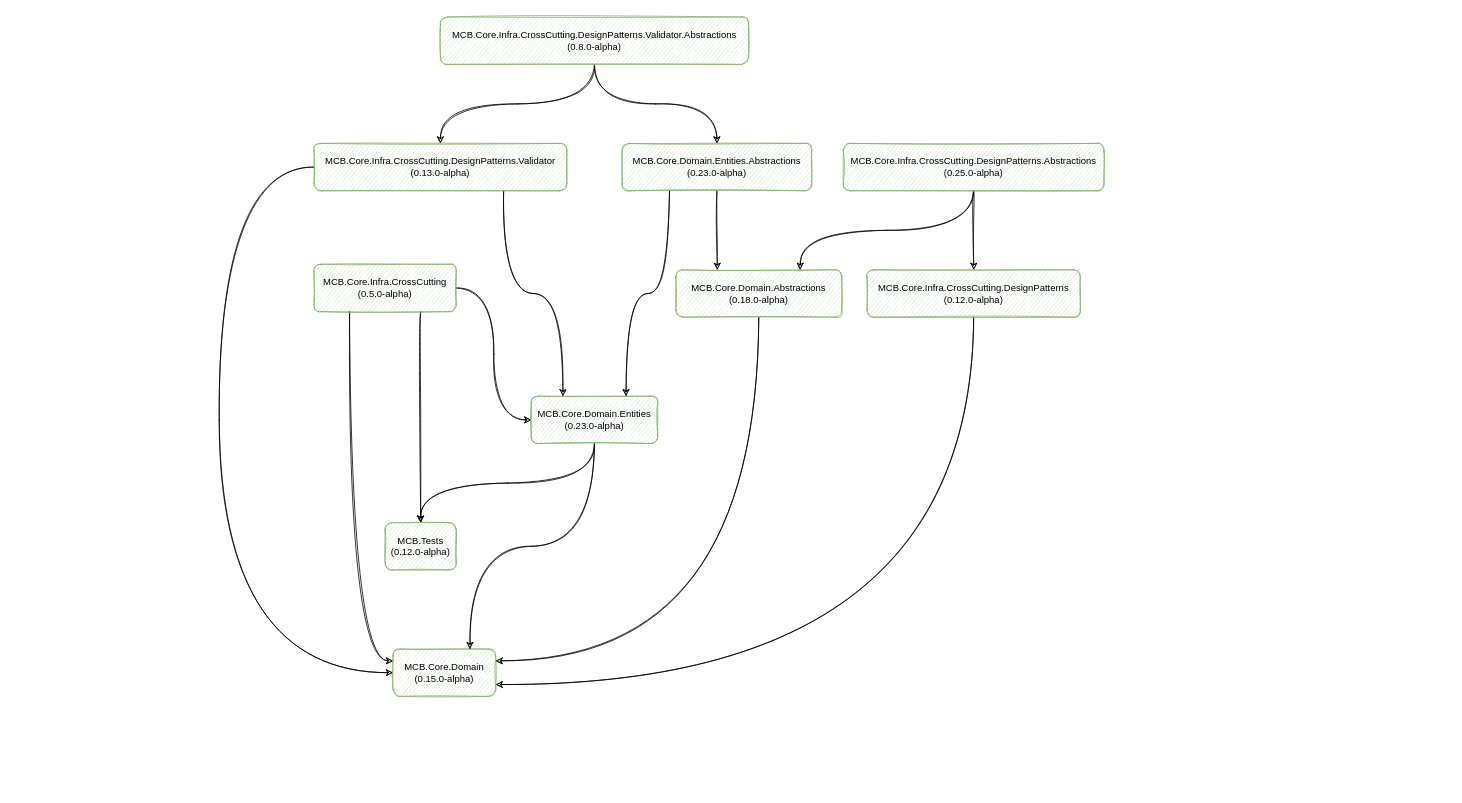
MarceloCas/Docs keeps this draw.io diagram as Core/diagrams/core-overview.drawio. Above is the earlier version. Source tidied: cells renumbered, new cells numbered last; positions are measured from the earlier drawing's top-left corner, leaving out a move shared by most shapes. Both pictures are drawn from the tidied source at 79%, with x=0, y=0 at pixel (219, 17).
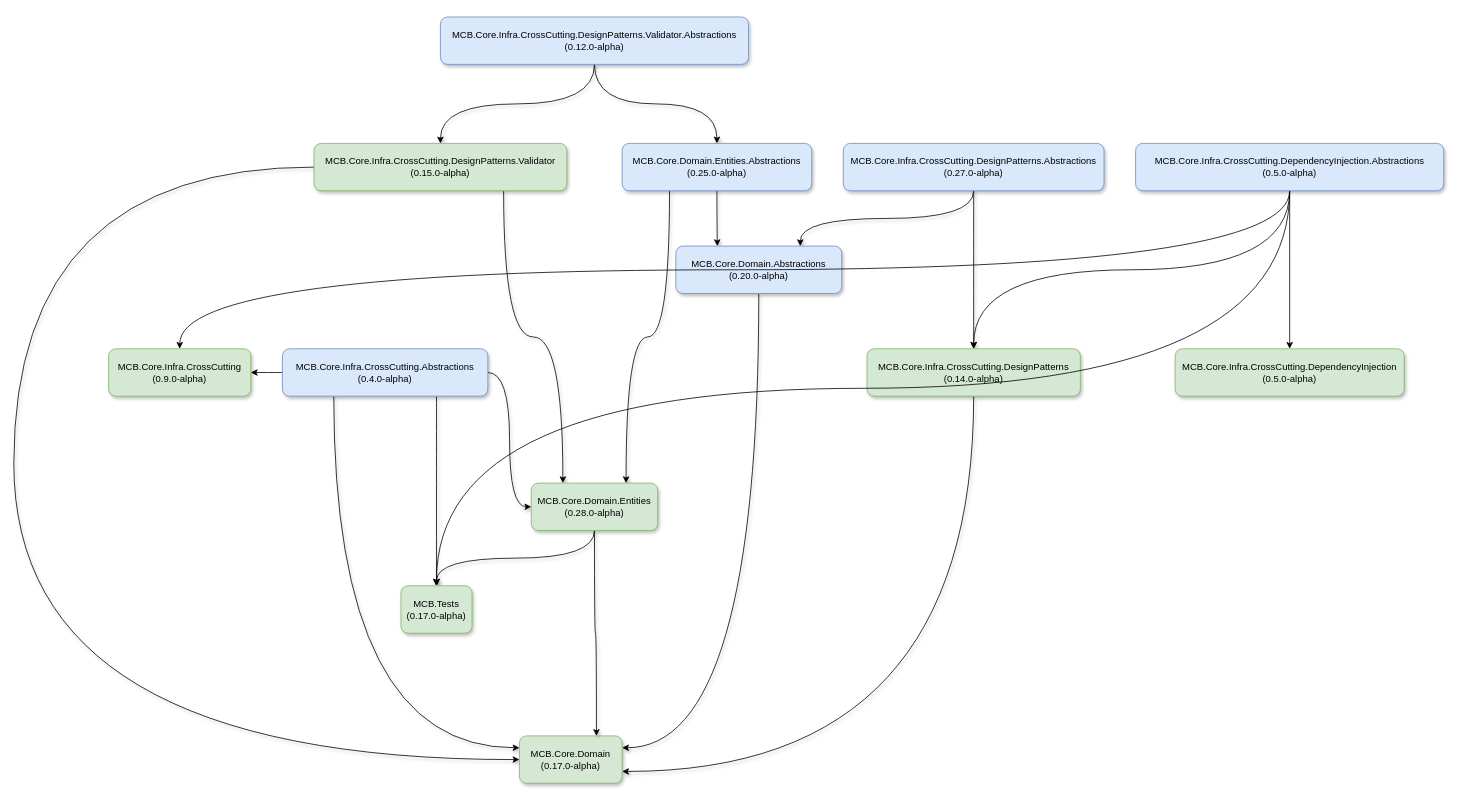
After the change.

Change to the diagram source:
```diff
@@
-    <mxCell id="2" style="edgeStyle=orthogonalEdgeStyle;rounded=1;jettySize=auto;html=1;exitX=0.75;exitY=1;exitDx=0;exitDy=0;sketch=1;curved=1;" parent="1" edge="1" source="5" target="26">
+    <mxCell id="2" style="edgeStyle=orthogonalEdgeStyle;rounded=1;jettySize=auto;html=1;exitX=0.75;exitY=1;exitDx=0;exitDy=0;shadow=1;curved=1;" parent="1" edge="1" source="5" target="26">
       <mxGeometry relative="1" as="geometry" />
     </mxCell>
-    <mxCell id="3" style="edgeStyle=orthogonalEdgeStyle;rounded=1;jettySize=auto;html=1;exitX=0.25;exitY=1;exitDx=0;exitDy=0;entryX=0;entryY=0.25;entryDx=0;entryDy=0;sketch=1;curved=1;" parent="1" edge="1" source="5" target="22">
+    <mxCell id="3" style="edgeStyle=orthogonalEdgeStyle;rounded=1;jettySize=auto;html=1;exitX=0.25;exitY=1;exitDx=0;exitDy=0;entryX=0;entryY=0.25;entryDx=0;entryDy=0;shadow=1;curved=1;" parent="1" edge="1" source="5" target="22">
       <mxGeometry relative="1" as="geometry" />
     </mxCell>
-    <mxCell id="4" style="edgeStyle=orthogonalEdgeStyle;rounded=1;jettySize=auto;html=1;exitX=1;exitY=0.5;exitDx=0;exitDy=0;entryX=0;entryY=0.5;entryDx=0;entryDy=0;sketch=1;curved=1;" parent="1" edge="1" source="5" target="25">
+    <mxCell id="4" style="edgeStyle=orthogonalEdgeStyle;rounded=1;jettySize=auto;html=1;exitX=1;exitY=0.5;exitDx=0;exitDy=0;entryX=0;entryY=0.5;entryDx=0;entryDy=0;shadow=1;curved=1;" parent="1" edge="1" source="5" target="25">
       <mxGeometry relative="1" as="geometry" />
     </mxCell>
+    <mxCell id="27" style="edgeStyle=orthogonalEdgeStyle;rounded=0;jettySize=auto;html=1;curved=1;" parent="1" edge="1" source="5" target="34">
+      <mxGeometry relative="1" as="geometry" />
+    </mxCell>
-    <mxCell id="5" value="MCB.Core.Infra.CrossCutting&lt;br&gt;(0.5.0-alpha)" style="rounded=1;whiteSpace=wrap;html=1;sketch=1;fillColor=#d5e8d4;strokeColor=#82b366;" parent="1" vertex="1">
-      <mxGeometry x="120" y="313" width="180" height="60" as="geometry" />
+    <mxCell id="5" value="MCB.Core.Infra.CrossCutting.Abstractions&lt;br&gt;(0.4.0-alpha)" style="rounded=1;whiteSpace=wrap;html=1;shadow=1;fillColor=#dae8fc;strokeColor=#6c8ebf;" parent="1" vertex="1">
+      <mxGeometry x="80" y="420" width="260" height="60" as="geometry" />
     </mxCell>
-    <mxCell id="6" style="edgeStyle=orthogonalEdgeStyle;rounded=1;jettySize=auto;html=1;sketch=1;curved=1;" parent="1" edge="1" source="8" target="10">
+    <mxCell id="6" style="edgeStyle=orthogonalEdgeStyle;rounded=1;jettySize=auto;html=1;shadow=1;curved=1;" parent="1" edge="1" source="8" target="10">
       <mxGeometry relative="1" as="geometry" />
     </mxCell>
-    <mxCell id="7" style="edgeStyle=orthogonalEdgeStyle;rounded=1;jettySize=auto;html=1;exitX=0.5;exitY=1;exitDx=0;exitDy=0;entryX=0.75;entryY=0;entryDx=0;entryDy=0;sketch=1;curved=1;" parent="1" edge="1" source="8" target="21">
+    <mxCell id="7" style="edgeStyle=orthogonalEdgeStyle;rounded=1;jettySize=auto;html=1;exitX=0.5;exitY=1;exitDx=0;exitDy=0;entryX=0.75;entryY=0;entryDx=0;entryDy=0;shadow=1;curved=1;" parent="1" edge="1" source="8" target="21">
       <mxGeometry relative="1" as="geometry" />
     </mxCell>
-    <mxCell id="8" value="MCB.Core.Infra.CrossCutting.DesignPatterns.Abstractions&lt;br&gt;(0.25.0-alpha)" style="rounded=1;whiteSpace=wrap;html=1;sketch=1;fillColor=#d5e8d4;strokeColor=#82b366;" parent="1" vertex="1">
+    <mxCell id="8" value="MCB.Core.Infra.CrossCutting.DesignPatterns.Abstractions&lt;br&gt;(0.27.0-alpha)" style="rounded=1;whiteSpace=wrap;html=1;shadow=1;fillColor=#dae8fc;strokeColor=#6c8ebf;" parent="1" vertex="1">
       <mxGeometry x="790" y="160" width="330" height="60" as="geometry" />
     </mxCell>
-    <mxCell id="9" style="edgeStyle=orthogonalEdgeStyle;rounded=1;jettySize=auto;html=1;exitX=0.5;exitY=1;exitDx=0;exitDy=0;entryX=1;entryY=0.75;entryDx=0;entryDy=0;sketch=1;curved=1;" parent="1" edge="1" source="10" target="22">
+    <mxCell id="9" style="edgeStyle=orthogonalEdgeStyle;rounded=1;jettySize=auto;html=1;exitX=0.5;exitY=1;exitDx=0;exitDy=0;entryX=1;entryY=0.75;entryDx=0;entryDy=0;shadow=1;curved=1;" parent="1" edge="1" source="10" target="22">
       <mxGeometry relative="1" as="geometry" />
     </mxCell>
-    <mxCell id="10" value="MCB.Core.Infra.CrossCutting.DesignPatterns&lt;br&gt;(0.12.0-alpha)" style="rounded=1;whiteSpace=wrap;html=1;sketch=1;fillColor=#d5e8d4;strokeColor=#82b366;" parent="1" vertex="1">
-      <mxGeometry x="820" y="320" width="270" height="60" as="geometry" />
+    <mxCell id="10" value="MCB.Core.Infra.CrossCutting.DesignPatterns&lt;br&gt;(0.14.0-alpha)" style="rounded=1;whiteSpace=wrap;html=1;shadow=1;fillColor=#d5e8d4;strokeColor=#82b366;" parent="1" vertex="1">
+      <mxGeometry x="820" y="420" width="270" height="60" as="geometry" />
     </mxCell>
-    <mxCell id="11" style="edgeStyle=orthogonalEdgeStyle;rounded=1;jettySize=auto;html=1;exitX=0.5;exitY=1;exitDx=0;exitDy=0;sketch=1;curved=1;" parent="1" edge="1" source="13" target="16">
+    <mxCell id="11" style="edgeStyle=orthogonalEdgeStyle;rounded=1;jettySize=auto;html=1;exitX=0.5;exitY=1;exitDx=0;exitDy=0;shadow=1;curved=1;" parent="1" edge="1" source="13" target="16">
       <mxGeometry relative="1" as="geometry" />
     </mxCell>
-    <mxCell id="12" style="edgeStyle=orthogonalEdgeStyle;rounded=1;jettySize=auto;html=1;exitX=0.5;exitY=1;exitDx=0;exitDy=0;sketch=1;curved=1;" parent="1" edge="1" source="13" target="19">
+    <mxCell id="12" style="edgeStyle=orthogonalEdgeStyle;rounded=1;jettySize=auto;html=1;exitX=0.5;exitY=1;exitDx=0;exitDy=0;shadow=1;curved=1;" parent="1" edge="1" source="13" target="19">
       <mxGeometry relative="1" as="geometry" />
     </mxCell>
-    <mxCell id="13" value="MCB.Core.Infra.CrossCutting.DesignPatterns.Validator.Abstractions&lt;br&gt;(0.8.0-alpha)" style="rounded=1;whiteSpace=wrap;html=1;sketch=1;fillColor=#d5e8d4;strokeColor=#82b366;" parent="1" vertex="1">
+    <mxCell id="13" value="MCB.Core.Infra.CrossCutting.DesignPatterns.Validator.Abstractions&lt;br&gt;(0.12.0-alpha)" style="rounded=1;whiteSpace=wrap;html=1;shadow=1;fillColor=#dae8fc;strokeColor=#6c8ebf;" parent="1" vertex="1">
       <mxGeometry x="280" width="390" height="60" as="geometry" />
     </mxCell>
-    <mxCell id="14" style="edgeStyle=orthogonalEdgeStyle;rounded=1;jettySize=auto;html=1;exitX=0.75;exitY=1;exitDx=0;exitDy=0;entryX=0.25;entryY=0;entryDx=0;entryDy=0;sketch=1;curved=1;" parent="1" edge="1" source="16" target="25">
+    <mxCell id="14" style="edgeStyle=orthogonalEdgeStyle;rounded=1;jettySize=auto;html=1;exitX=0.75;exitY=1;exitDx=0;exitDy=0;entryX=0.25;entryY=0;entryDx=0;entryDy=0;shadow=1;curved=1;" parent="1" edge="1" source="16" target="25">
       <mxGeometry relative="1" as="geometry" />
     </mxCell>
-    <mxCell id="15" style="edgeStyle=orthogonalEdgeStyle;rounded=1;jettySize=auto;html=1;exitX=0;exitY=0.5;exitDx=0;exitDy=0;entryX=0;entryY=0.5;entryDx=0;entryDy=0;sketch=1;curved=1;" parent="1" edge="1" source="16" target="22">
+    <mxCell id="15" style="edgeStyle=orthogonalEdgeStyle;rounded=1;jettySize=auto;html=1;exitX=0;exitY=0.5;exitDx=0;exitDy=0;entryX=0;entryY=0.5;entryDx=0;entryDy=0;shadow=1;curved=1;" parent="1" edge="1" source="16" target="22">
       <mxGeometry relative="1" as="geometry">
         <Array as="points">
-          <mxPoint y="190" />
-          <mxPoint y="830" />
+          <mxPoint x="-260" y="190" />
+          <mxPoint x="-260" y="940" />
         </Array>
       </mxGeometry>
     </mxCell>
-    <mxCell id="16" value="MCB.Core.Infra.CrossCutting.DesignPatterns.Validator&lt;br&gt;(0.13.0-alpha)" style="rounded=1;whiteSpace=wrap;html=1;sketch=1;fillColor=#d5e8d4;strokeColor=#82b366;" parent="1" vertex="1">
+    <mxCell id="16" value="MCB.Core.Infra.CrossCutting.DesignPatterns.Validator&lt;br&gt;(0.15.0-alpha)" style="rounded=1;whiteSpace=wrap;html=1;shadow=1;fillColor=#d5e8d4;strokeColor=#82b366;" parent="1" vertex="1">
       <mxGeometry x="120" y="160" width="320" height="60" as="geometry" />
     </mxCell>
-    <mxCell id="17" style="edgeStyle=orthogonalEdgeStyle;rounded=1;jettySize=auto;html=1;exitX=0.5;exitY=1;exitDx=0;exitDy=0;entryX=0.25;entryY=0;entryDx=0;entryDy=0;sketch=1;curved=1;" parent="1" edge="1" source="19" target="21">
+    <mxCell id="17" style="edgeStyle=orthogonalEdgeStyle;rounded=1;jettySize=auto;html=1;exitX=0.5;exitY=1;exitDx=0;exitDy=0;entryX=0.25;entryY=0;entryDx=0;entryDy=0;shadow=1;curved=1;" parent="1" edge="1" source="19" target="21">
       <mxGeometry relative="1" as="geometry" />
     </mxCell>
-    <mxCell id="18" style="edgeStyle=orthogonalEdgeStyle;rounded=1;jettySize=auto;html=1;exitX=0.25;exitY=1;exitDx=0;exitDy=0;entryX=0.75;entryY=0;entryDx=0;entryDy=0;sketch=1;curved=1;" parent="1" edge="1" source="19" target="25">
+    <mxCell id="18" style="edgeStyle=orthogonalEdgeStyle;rounded=1;jettySize=auto;html=1;exitX=0.25;exitY=1;exitDx=0;exitDy=0;entryX=0.75;entryY=0;entryDx=0;entryDy=0;shadow=1;curved=1;" parent="1" edge="1" source="19" target="25">
       <mxGeometry relative="1" as="geometry" />
     </mxCell>
-    <mxCell id="19" value="MCB.Core.Domain.Entities.Abstractions&lt;br&gt;(0.23.0-alpha)" style="rounded=1;whiteSpace=wrap;html=1;sketch=1;fillColor=#d5e8d4;strokeColor=#82b366;" parent="1" vertex="1">
+    <mxCell id="19" value="MCB.Core.Domain.Entities.Abstractions&lt;br&gt;(0.25.0-alpha)" style="rounded=1;whiteSpace=wrap;html=1;shadow=1;fillColor=#dae8fc;strokeColor=#6c8ebf;" parent="1" vertex="1">
       <mxGeometry x="510" y="160" width="240" height="60" as="geometry" />
     </mxCell>
-    <mxCell id="20" style="edgeStyle=orthogonalEdgeStyle;rounded=1;jettySize=auto;html=1;exitX=0.5;exitY=1;exitDx=0;exitDy=0;entryX=1;entryY=0.25;entryDx=0;entryDy=0;sketch=1;curved=1;" parent="1" edge="1" source="21" target="22">
+    <mxCell id="20" style="edgeStyle=orthogonalEdgeStyle;rounded=1;jettySize=auto;html=1;exitX=0.5;exitY=1;exitDx=0;exitDy=0;entryX=1;entryY=0.25;entryDx=0;entryDy=0;shadow=1;curved=1;" parent="1" edge="1" source="21" target="22">
       <mxGeometry relative="1" as="geometry" />
     </mxCell>
-    <mxCell id="21" value="MCB.Core.Domain.Abstractions&lt;br&gt;(0.18.0-alpha)" style="rounded=1;whiteSpace=wrap;html=1;sketch=1;fillColor=#d5e8d4;strokeColor=#82b366;" parent="1" vertex="1">
-      <mxGeometry x="578" y="320" width="210" height="60" as="geometry" />
+    <mxCell id="21" value="MCB.Core.Domain.Abstractions&lt;br&gt;(0.20.0-alpha)" style="rounded=1;whiteSpace=wrap;html=1;shadow=1;fillColor=#dae8fc;strokeColor=#6c8ebf;" parent="1" vertex="1">
+      <mxGeometry x="578" y="290" width="210" height="60" as="geometry" />
     </mxCell>
-    <mxCell id="22" value="MCB.Core.Domain&lt;br&gt;(0.15.0-alpha)" style="rounded=1;whiteSpace=wrap;html=1;sketch=1;fillColor=#d5e8d4;strokeColor=#82b366;" parent="1" vertex="1">
-      <mxGeometry x="220" y="800" width="130" height="60" as="geometry" />
+    <mxCell id="22" value="MCB.Core.Domain&lt;br&gt;(0.17.0-alpha)" style="rounded=1;whiteSpace=wrap;html=1;shadow=1;fillColor=#d5e8d4;strokeColor=#82b366;" parent="1" vertex="1">
+      <mxGeometry x="380" y="910" width="130" height="60" as="geometry" />
     </mxCell>
-    <mxCell id="23" style="edgeStyle=orthogonalEdgeStyle;rounded=1;jettySize=auto;html=1;exitX=0.5;exitY=1;exitDx=0;exitDy=0;entryX=0.75;entryY=0;entryDx=0;entryDy=0;sketch=1;curved=1;" parent="1" edge="1" source="25" target="22">
+    <mxCell id="23" style="edgeStyle=orthogonalEdgeStyle;rounded=1;jettySize=auto;html=1;exitX=0.5;exitY=1;exitDx=0;exitDy=0;entryX=0.75;entryY=0;entryDx=0;entryDy=0;shadow=1;curved=1;" parent="1" edge="1" source="25" target="22">
       <mxGeometry relative="1" as="geometry" />
     </mxCell>
-    <mxCell id="24" style="edgeStyle=orthogonalEdgeStyle;rounded=0;jettySize=auto;html=1;sketch=1;curved=1;entryX=0.5;entryY=1;entryDx=0;entryDy=0;exitX=0.5;exitY=0;exitDx=0;exitDy=0;startArrow=classic;startFill=1;endArrow=none;endFill=0;" parent="1" edge="1" source="26" target="25">
+    <mxCell id="24" style="edgeStyle=orthogonalEdgeStyle;rounded=0;jettySize=auto;html=1;entryX=0.5;entryY=1;entryDx=0;entryDy=0;exitX=0.5;exitY=0;exitDx=0;exitDy=0;startArrow=classic;startFill=1;endArrow=none;endFill=0;shadow=1;curved=1;" parent="1" edge="1" source="26" target="25">
       <mxGeometry relative="1" as="geometry" />
     </mxCell>
-    <mxCell id="25" value="MCB.Core.Domain.Entities&lt;br&gt;(0.23.0-alpha)" style="rounded=1;whiteSpace=wrap;html=1;sketch=1;fillColor=#d5e8d4;strokeColor=#82b366;" parent="1" vertex="1">
-      <mxGeometry x="395" y="480" width="160" height="60" as="geometry" />
+    <mxCell id="25" value="MCB.Core.Domain.Entities&lt;br&gt;(0.28.0-alpha)" style="rounded=1;whiteSpace=wrap;html=1;shadow=1;fillColor=#d5e8d4;strokeColor=#82b366;" parent="1" vertex="1">
+      <mxGeometry x="395" y="590" width="160" height="60" as="geometry" />
     </mxCell>
-    <mxCell id="26" value="MCB.Tests&lt;br&gt;(0.12.0-alpha)" style="rounded=1;whiteSpace=wrap;html=1;sketch=1;fillColor=#d5e8d4;strokeColor=#82b366;" parent="1" vertex="1">
-      <mxGeometry x="210" y="640" width="90" height="60" as="geometry" />
+    <mxCell id="26" value="MCB.Tests&lt;br&gt;(0.17.0-alpha)" style="rounded=1;whiteSpace=wrap;html=1;shadow=1;fillColor=#d5e8d4;strokeColor=#82b366;" parent="1" vertex="1">
+      <mxGeometry x="230" y="720" width="90" height="60" as="geometry" />
     </mxCell>
+    <mxCell id="28" style="edgeStyle=orthogonalEdgeStyle;rounded=0;jettySize=auto;html=1;exitX=0.5;exitY=1;exitDx=0;exitDy=0;entryX=0.5;entryY=0;entryDx=0;entryDy=0;curved=1;" parent="1" edge="1" source="32" target="10">
+      <mxGeometry relative="1" as="geometry" />
+    </mxCell>
+    <mxCell id="29" style="edgeStyle=orthogonalEdgeStyle;rounded=0;jettySize=auto;html=1;exitX=0.5;exitY=1;exitDx=0;exitDy=0;entryX=0.5;entryY=0;entryDx=0;entryDy=0;curved=1;" parent="1" edge="1" source="32" target="33">
+      <mxGeometry relative="1" as="geometry" />
+    </mxCell>
+    <mxCell id="30" style="edgeStyle=orthogonalEdgeStyle;rounded=0;jettySize=auto;html=1;exitX=0.5;exitY=1;exitDx=0;exitDy=0;entryX=0.5;entryY=0;entryDx=0;entryDy=0;curved=1;" parent="1" edge="1" source="32" target="26">
+      <mxGeometry relative="1" as="geometry" />
+    </mxCell>
+    <mxCell id="31" style="edgeStyle=orthogonalEdgeStyle;curved=1;rounded=0;jettySize=auto;html=1;exitX=0.5;exitY=1;exitDx=0;exitDy=0;" parent="1" edge="1" source="32" target="34">
+      <mxGeometry relative="1" as="geometry" />
+    </mxCell>
+    <mxCell id="32" value="MCB.Core.Infra.CrossCutting.DependencyInjection.Abstractions&lt;br&gt;(0.5.0-alpha)" style="rounded=1;whiteSpace=wrap;html=1;shadow=1;fillColor=#dae8fc;strokeColor=#6c8ebf;" parent="1" vertex="1">
+      <mxGeometry x="1160" y="160" width="390" height="60" as="geometry" />
+    </mxCell>
+    <mxCell id="33" value="MCB.Core.Infra.CrossCutting.DependencyInjection&lt;br&gt;(0.5.0-alpha)" style="rounded=1;whiteSpace=wrap;html=1;shadow=1;fillColor=#d5e8d4;strokeColor=#82b366;" parent="1" vertex="1">
+      <mxGeometry x="1210" y="420" width="290" height="60" as="geometry" />
+    </mxCell>
+    <mxCell id="34" value="MCB.Core.Infra.CrossCutting&lt;br&gt;(0.9.0-alpha)" style="rounded=1;whiteSpace=wrap;html=1;shadow=1;fillColor=#d5e8d4;strokeColor=#82b366;" parent="1" vertex="1">
+      <mxGeometry x="-140" y="420" width="180" height="60" as="geometry" />
+    </mxCell>
```
